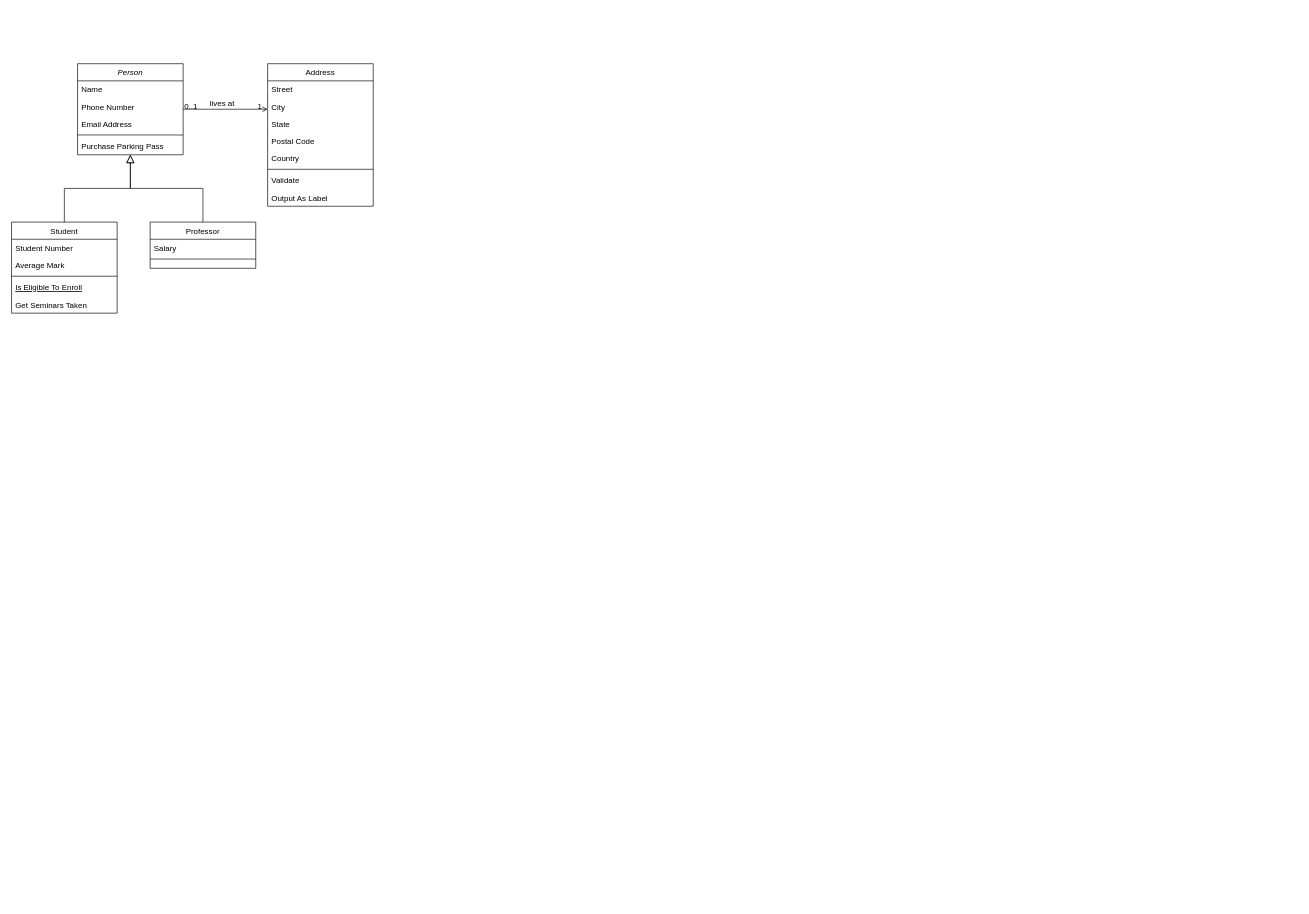
The draw.io diagram 제목 없는 다이어그램.drawio in chataeg/stash, before the edit. Source tidied: cells renumbered, new cells numbered last; positions are measured from the earlier drawing's top-left corner, leaving out a move shared by most shapes. Both pictures are drawn from the tidied source at 66%, with x=0, y=0 at pixel (11, 63).
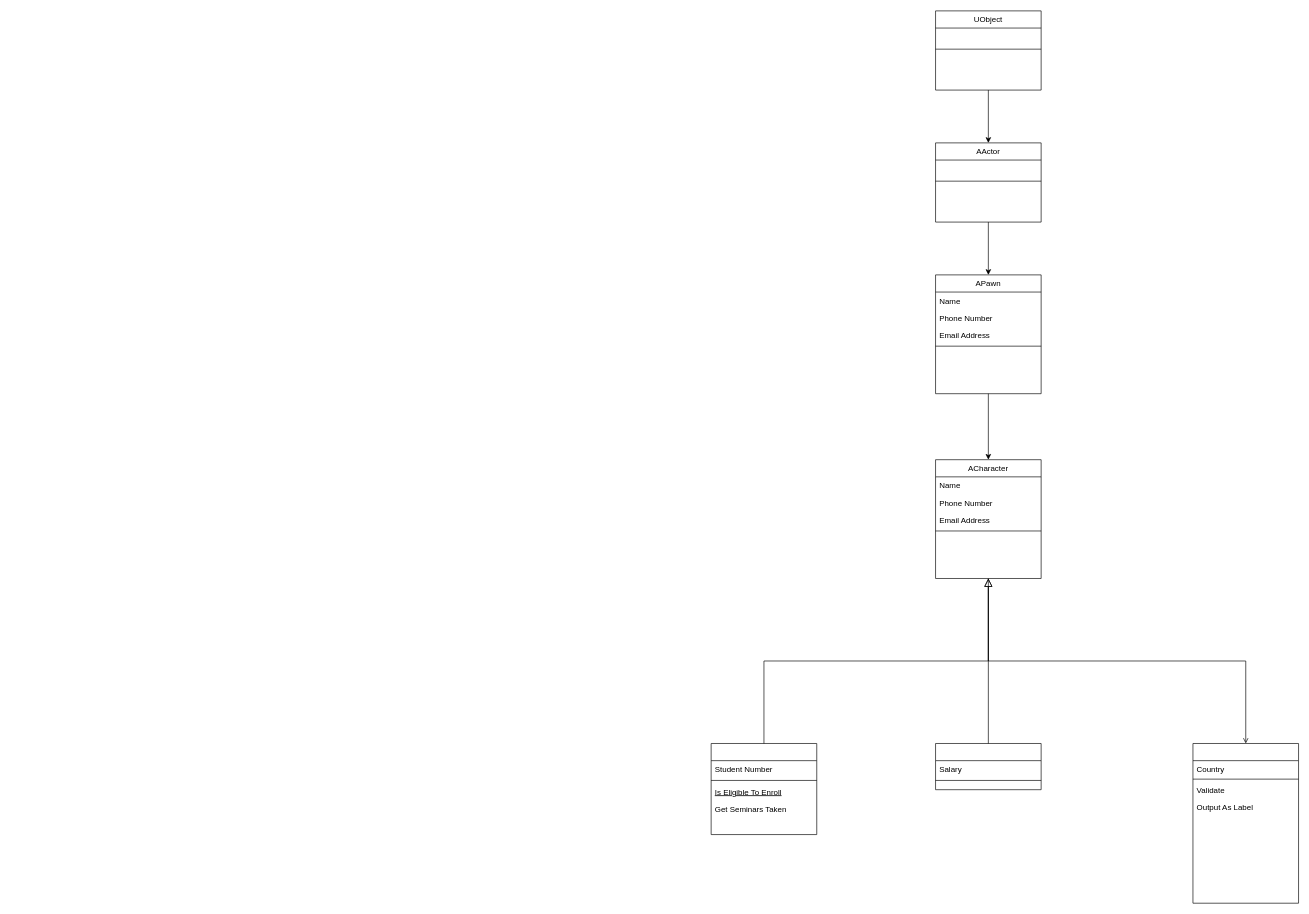
The same page after the edit.

Commit message (it also covers changes not shown here):
제목 없는 다이어그램.drawio 업데이트

Change to the diagram source:
```diff
@@
-    <mxCell id="2" value="Person" style="swimlane;fontStyle=2;align=center;verticalAlign=top;horizontal=1;startSize=26;rounded=0;shadow=0;strokeWidth=1;" parent="1" vertex="1">
-      <mxGeometry x="100" width="160" height="138" as="geometry" />
+    <mxCell id="2" value="APawn" style="swimlane;fontStyle=0;align=center;verticalAlign=top;horizontal=1;startSize=26;rounded=0;shadow=0;strokeWidth=1;" parent="1" vertex="1">
+      <mxGeometry x="1400" y="320" width="160" height="180" as="geometry" />
     </mxCell>
@@
-    <mxCell id="7" value="Purchase Parking Pass" style="text;align=left;verticalAlign=top;spacingLeft=4;spacingRight=4;overflow=hidden;" parent="2" vertex="1">
-      <mxGeometry y="112" width="160" height="26" as="geometry" />
-    </mxCell>
-    <mxCell id="8" value="Student" style="swimlane;fontStyle=0;align=center;verticalAlign=top;horizontal=1;startSize=26;rounded=0;shadow=0;strokeWidth=1;" parent="1" vertex="1">
-      <mxGeometry y="240" width="160" height="138" as="geometry" />
+    <mxCell id="8" style="swimlane;fontStyle=0;align=center;verticalAlign=top;horizontal=1;startSize=26;rounded=0;shadow=0;strokeWidth=1;" parent="1" vertex="1">
+      <mxGeometry x="1060" y="1030" width="160" height="138" as="geometry" />
     </mxCell>
@@
-    <mxCell id="10" value="Average Mark" style="text;align=left;verticalAlign=top;spacingLeft=4;spacingRight=4;overflow=hidden;rounded=0;shadow=0;html=0;" parent="8" vertex="1">
-      <mxGeometry y="52" width="160" height="26" as="geometry" />
-    </mxCell>
     <mxCell id="11" style="line;html=1;strokeWidth=1;align=left;verticalAlign=middle;spacingTop=-1;spacingLeft=3;spacingRight=3;labelPosition=right;" parent="8" vertex="1">
-      <mxGeometry y="78" width="160" height="8" as="geometry" />
+      <mxGeometry y="52" width="160" height="8" as="geometry" />
     </mxCell>
     <mxCell id="12" value="Is Eligible To Enroll" style="text;align=left;verticalAlign=top;spacingLeft=4;spacingRight=4;overflow=hidden;fontStyle=4;" parent="8" vertex="1">
-      <mxGeometry y="86" width="160" height="26" as="geometry" />
+      <mxGeometry y="60" width="160" height="26" as="geometry" />
     </mxCell>
     <mxCell id="13" value="Get Seminars Taken" style="text;align=left;verticalAlign=top;spacingLeft=4;spacingRight=4;overflow=hidden;" parent="8" vertex="1">
-      <mxGeometry y="112" width="160" height="26" as="geometry" />
+      <mxGeometry y="86" width="160" height="26" as="geometry" />
     </mxCell>
-    <mxCell id="14" style="endArrow=block;endSize=10;endFill=0;shadow=0;strokeWidth=1;rounded=0;edgeStyle=elbowEdgeStyle;elbow=vertical;" parent="1" edge="1" source="8" target="2">
-      <mxGeometry relative="1" as="geometry" />
+    <mxCell id="14" style="endArrow=block;endSize=10;endFill=0;shadow=0;strokeWidth=1;rounded=0;edgeStyle=elbowEdgeStyle;elbow=vertical;" parent="1" edge="1" source="8">
+      <mxGeometry relative="1" as="geometry">
+        <mxPoint x="1480" y="780" as="targetPoint" />
+      </mxGeometry>
     </mxCell>
-    <mxCell id="15" value="Professor" style="swimlane;fontStyle=0;align=center;verticalAlign=top;horizontal=1;startSize=26;rounded=0;shadow=0;strokeWidth=1;" parent="1" vertex="1">
-      <mxGeometry x="210" y="240" width="160" height="70" as="geometry" />
+    <mxCell id="15" style="swimlane;fontStyle=0;align=center;verticalAlign=top;horizontal=1;startSize=26;rounded=0;shadow=0;strokeWidth=1;" parent="1" vertex="1">
+      <mxGeometry x="1400" y="1030" width="160" height="70" as="geometry" />
     </mxCell>
@@
-    <mxCell id="18" style="endArrow=block;endSize=10;endFill=0;shadow=0;strokeWidth=1;rounded=0;edgeStyle=elbowEdgeStyle;elbow=vertical;" parent="1" edge="1" source="15" target="2">
-      <mxGeometry relative="1" as="geometry" />
+    <mxCell id="18" style="endArrow=block;endSize=10;endFill=0;shadow=0;strokeWidth=1;rounded=0;edgeStyle=elbowEdgeStyle;elbow=vertical;" parent="1" edge="1" source="15">
+      <mxGeometry relative="1" as="geometry">
+        <mxPoint x="1480" y="780" as="targetPoint" />
+      </mxGeometry>
     </mxCell>
-    <mxCell id="19" value="Address" style="swimlane;fontStyle=0;align=center;verticalAlign=top;horizontal=1;startSize=26;rounded=0;shadow=0;strokeWidth=1;" parent="1" vertex="1">
-      <mxGeometry x="388" width="160" height="216" as="geometry" />
+    <mxCell id="19" style="swimlane;fontStyle=0;align=center;verticalAlign=top;horizontal=1;startSize=26;rounded=0;shadow=0;strokeWidth=1;" parent="1" vertex="1">
+      <mxGeometry x="1790" y="1030" width="160" height="242" as="geometry" />
     </mxCell>
-    <mxCell id="20" value="Street" style="text;align=left;verticalAlign=top;spacingLeft=4;spacingRight=4;overflow=hidden;" parent="19" vertex="1">
-      <mxGeometry y="26" width="160" height="26" as="geometry" />
-    </mxCell>
-    <mxCell id="21" value="City" style="text;align=left;verticalAlign=top;spacingLeft=4;spacingRight=4;overflow=hidden;rounded=0;shadow=0;html=0;" parent="19" vertex="1">
-      <mxGeometry y="52" width="160" height="26" as="geometry" />
-    </mxCell>
-    <mxCell id="22" value="State" style="text;align=left;verticalAlign=top;spacingLeft=4;spacingRight=4;overflow=hidden;rounded=0;shadow=0;html=0;" parent="19" vertex="1">
-      <mxGeometry y="78" width="160" height="26" as="geometry" />
-    </mxCell>
-    <mxCell id="23" value="Postal Code" style="text;align=left;verticalAlign=top;spacingLeft=4;spacingRight=4;overflow=hidden;rounded=0;shadow=0;html=0;" parent="19" vertex="1">
-      <mxGeometry y="104" width="160" height="26" as="geometry" />
-    </mxCell>
     <mxCell id="24" value="Country" style="text;align=left;verticalAlign=top;spacingLeft=4;spacingRight=4;overflow=hidden;rounded=0;shadow=0;html=0;" parent="19" vertex="1">
-      <mxGeometry y="130" width="160" height="26" as="geometry" />
+      <mxGeometry y="26" width="160" height="24" as="geometry" />
     </mxCell>
     <mxCell id="25" style="line;html=1;strokeWidth=1;align=left;verticalAlign=middle;spacingTop=-1;spacingLeft=3;spacingRight=3;labelPosition=right;" parent="19" vertex="1">
-      <mxGeometry y="156" width="160" height="8" as="geometry" />
+      <mxGeometry y="50" width="160" height="8" as="geometry" />
     </mxCell>
     <mxCell id="26" value="Validate" style="text;align=left;verticalAlign=top;spacingLeft=4;spacingRight=4;overflow=hidden;" parent="19" vertex="1">
-      <mxGeometry y="164" width="160" height="26" as="geometry" />
+      <mxGeometry y="58" width="160" height="26" as="geometry" />
     </mxCell>
     <mxCell id="27" value="Output As Label" style="text;align=left;verticalAlign=top;spacingLeft=4;spacingRight=4;overflow=hidden;" parent="19" vertex="1">
-      <mxGeometry y="190" width="160" height="26" as="geometry" />
+      <mxGeometry y="84" width="160" height="26" as="geometry" />
     </mxCell>
-    <mxCell id="28" style="endArrow=open;shadow=0;strokeWidth=1;rounded=0;endFill=1;edgeStyle=elbowEdgeStyle;elbow=vertical;" parent="1" edge="1" source="2" target="19">
+    <mxCell id="28" style="endArrow=open;shadow=0;strokeWidth=1;rounded=0;endFill=1;edgeStyle=elbowEdgeStyle;elbow=vertical;" parent="1" edge="1" target="19">
       <mxGeometry x="0.5" y="41" relative="1" as="geometry">
+        <mxPoint x="1480" y="780" as="sourcePoint" />
         <mxPoint x="-40" y="32" as="offset" />
       </mxGeometry>
     </mxCell>
-    <mxCell id="29" value="0..1" style="align=left;verticalAlign=bottom;labelBackgroundColor=none;fontSize=12;" parent="28" vertex="1">
-      <mxGeometry x="-1" relative="1" as="geometry">
-        <mxPoint y="4" as="offset" />
-      </mxGeometry>
-    </mxCell>
-    <mxCell id="30" value="1" style="align=right;verticalAlign=bottom;labelBackgroundColor=none;fontSize=12;" parent="28" vertex="1">
-      <mxGeometry x="1" relative="1" as="geometry">
-        <mxPoint x="-7" y="4" as="offset" />
-      </mxGeometry>
-    </mxCell>
-    <mxCell id="31" value="lives at" style="text;html=1;align=center;verticalAlign=middle;labelBackgroundColor=none;rounded=0;shadow=0;strokeWidth=1;fontSize=12;" parent="28" vertex="1">
-      <mxGeometry x="0.5" y="49" relative="1" as="geometry">
-        <mxPoint x="-38" y="40" as="offset" />
-      </mxGeometry>
-    </mxCell>
+    <mxCell id="32" value="UObject" style="swimlane;fontStyle=0;align=center;verticalAlign=top;horizontal=1;startSize=26;rounded=0;shadow=0;strokeWidth=1;" parent="1" vertex="1">
+      <mxGeometry x="1400" y="-80" width="160" height="120" as="geometry" />
+    </mxCell>
+    <mxCell id="33" style="line;html=1;strokeWidth=1;align=left;verticalAlign=middle;spacingTop=-1;spacingLeft=3;spacingRight=3;labelPosition=right;" parent="32" vertex="1">
+      <mxGeometry y="26" width="160" height="64" as="geometry" />
+    </mxCell>
+    <mxCell id="34" value="AActor&#10;" style="swimlane;fontStyle=0;align=center;verticalAlign=top;horizontal=1;startSize=26;rounded=0;shadow=0;strokeWidth=1;" parent="1" vertex="1">
+      <mxGeometry x="1400" y="120" width="160" height="120" as="geometry" />
+    </mxCell>
+    <mxCell id="35" style="line;html=1;strokeWidth=1;align=left;verticalAlign=middle;spacingTop=-1;spacingLeft=3;spacingRight=3;labelPosition=right;" parent="34" vertex="1">
+      <mxGeometry y="26" width="160" height="64" as="geometry" />
+    </mxCell>
+    <mxCell id="36" style="endArrow=classic;html=1;rounded=0;exitX=0.5;exitY=1;exitDx=0;exitDy=0;" parent="1" edge="1" source="32" target="34">
+      <mxGeometry relative="1" as="geometry" />
+    </mxCell>
+    <mxCell id="37" style="endArrow=classic;html=1;rounded=0;exitX=0.5;exitY=1;exitDx=0;exitDy=0;entryX=0.5;entryY=0;entryDx=0;entryDy=0;" parent="1" edge="1" source="34" target="2">
+      <mxGeometry relative="1" as="geometry" />
+    </mxCell>
+    <mxCell id="38" value="ACharacter&#10;" style="swimlane;fontStyle=0;align=center;verticalAlign=top;horizontal=1;startSize=26;rounded=0;shadow=0;strokeWidth=1;" parent="1" vertex="1">
+      <mxGeometry x="1400" y="600" width="160" height="180" as="geometry" />
+    </mxCell>
+    <mxCell id="39" value="Name" style="text;align=left;verticalAlign=top;spacingLeft=4;spacingRight=4;overflow=hidden;" parent="38" vertex="1">
+      <mxGeometry y="26" width="160" height="26" as="geometry" />
+    </mxCell>
+    <mxCell id="40" value="Phone Number" style="text;align=left;verticalAlign=top;spacingLeft=4;spacingRight=4;overflow=hidden;rounded=0;shadow=0;html=0;" parent="38" vertex="1">
+      <mxGeometry y="52" width="160" height="26" as="geometry" />
+    </mxCell>
+    <mxCell id="41" value="Email Address" style="text;align=left;verticalAlign=top;spacingLeft=4;spacingRight=4;overflow=hidden;rounded=0;shadow=0;html=0;" parent="38" vertex="1">
+      <mxGeometry y="78" width="160" height="26" as="geometry" />
+    </mxCell>
+    <mxCell id="42" style="line;html=1;strokeWidth=1;align=left;verticalAlign=middle;spacingTop=-1;spacingLeft=3;spacingRight=3;labelPosition=right;" parent="38" vertex="1">
+      <mxGeometry y="104" width="160" height="8" as="geometry" />
+    </mxCell>
+    <mxCell id="43" style="endArrow=classic;html=1;rounded=0;exitX=0.5;exitY=1;exitDx=0;exitDy=0;entryX=0.5;entryY=0;entryDx=0;entryDy=0;" parent="1" edge="1" source="2" target="38">
+      <mxGeometry relative="1" as="geometry" />
+    </mxCell>
```
